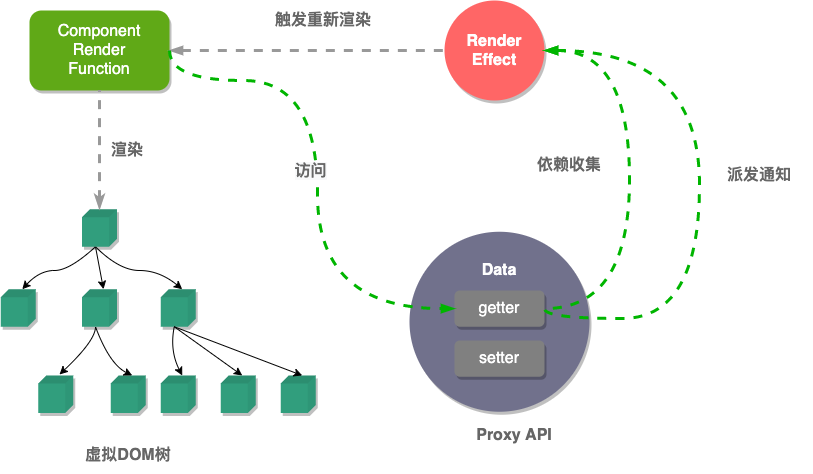
Above: src/assets/posts/vue3-source-reactivity/vue3-reactivity.png in artoriaschan/blog (draw.io), before the change. Source tidied: cells renumbered, new cells last; positions are measured from the earlier drawing's top-left corner, leaving out a move shared by most shapes. Source of this version:
```xml
<mxGraphModel>
  <root>
    <mxCell id="0" />
    <mxCell id="1" parent="0" />
    <mxCell id="2" value="&lt;span style=&quot;font-size: 16px&quot;&gt;Component&lt;br&gt;Render&lt;br&gt;Function&lt;br&gt;&lt;/span&gt;" style="rounded=1;whiteSpace=wrap;html=1;glass=0;shadow=1;fillColor=#60a917;fontColor=#ffffff;strokeColor=none;" parent="1" vertex="1">
      <mxGeometry x="30" y="10" width="140" height="80" as="geometry" />
    </mxCell>
    <mxCell id="3" style="shape=cube;whiteSpace=wrap;html=1;boundedLbl=1;backgroundOutline=1;darkOpacity=0.05;darkOpacity2=0.1;rotation=90;size=8;shadow=1;sketch=0;fillColor=#319E7D;strokeColor=none;" parent="1" vertex="1">
      <mxGeometry y="290" width="37.5" height="35" as="geometry" />
    </mxCell>
    <mxCell id="4" style="shape=cube;whiteSpace=wrap;html=1;boundedLbl=1;backgroundOutline=1;darkOpacity=0.05;darkOpacity2=0.1;rotation=90;size=8;shadow=1;sketch=0;fillColor=#319E7D;strokeColor=none;" parent="1" vertex="1">
      <mxGeometry x="81.2" y="210" width="37.5" height="35" as="geometry" />
    </mxCell>
    <mxCell id="5" style="shape=cube;whiteSpace=wrap;html=1;boundedLbl=1;backgroundOutline=1;darkOpacity=0.05;darkOpacity2=0.1;rotation=90;size=8;shadow=1;sketch=0;fillColor=#319E7D;strokeColor=none;" parent="1" vertex="1">
      <mxGeometry x="81.2" y="290" width="37.5" height="35" as="geometry" />
    </mxCell>
    <mxCell id="6" style="shape=cube;whiteSpace=wrap;html=1;boundedLbl=1;backgroundOutline=1;darkOpacity=0.05;darkOpacity2=0.1;rotation=90;size=8;shadow=1;sketch=0;fillColor=#319E7D;strokeColor=none;" parent="1" vertex="1">
      <mxGeometry x="160" y="290" width="37.5" height="35" as="geometry" />
    </mxCell>
    <mxCell id="7" style="shape=cube;whiteSpace=wrap;html=1;boundedLbl=1;backgroundOutline=1;darkOpacity=0.05;darkOpacity2=0.1;rotation=90;size=8;shadow=1;sketch=0;fillColor=#319E7D;strokeColor=none;" parent="1" vertex="1">
      <mxGeometry x="37.5" y="376.2" width="37.5" height="35" as="geometry" />
    </mxCell>
    <mxCell id="8" style="shape=cube;whiteSpace=wrap;html=1;boundedLbl=1;backgroundOutline=1;darkOpacity=0.05;darkOpacity2=0.1;rotation=90;size=8;shadow=1;sketch=0;fillColor=#319E7D;strokeColor=none;" parent="1" vertex="1">
      <mxGeometry x="110" y="376.2" width="37.5" height="35" as="geometry" />
    </mxCell>
    <mxCell id="9" style="shape=cube;whiteSpace=wrap;html=1;boundedLbl=1;backgroundOutline=1;darkOpacity=0.05;darkOpacity2=0.1;rotation=90;size=8;shadow=1;sketch=0;fillColor=#319E7D;strokeColor=none;" parent="1" vertex="1">
      <mxGeometry x="160" y="376.2" width="37.5" height="35" as="geometry" />
    </mxCell>
    <mxCell id="10" style="shape=cube;whiteSpace=wrap;html=1;boundedLbl=1;backgroundOutline=1;darkOpacity=0.05;darkOpacity2=0.1;rotation=90;size=8;shadow=1;sketch=0;fillColor=#319E7D;strokeColor=none;" parent="1" vertex="1">
      <mxGeometry x="220" y="376.2" width="37.5" height="35" as="geometry" />
    </mxCell>
    <mxCell id="11" style="shape=cube;whiteSpace=wrap;html=1;boundedLbl=1;backgroundOutline=1;darkOpacity=0.05;darkOpacity2=0.1;rotation=90;size=8;shadow=1;sketch=0;fillColor=#319E7D;strokeColor=none;" parent="1" vertex="1">
      <mxGeometry x="280" y="376.2" width="37.5" height="35" as="geometry" />
    </mxCell>
    <mxCell id="12" style="curved=1;endArrow=classic;html=1;entryX=0;entryY=0;entryDx=0;entryDy=13.5;entryPerimeter=0;exitX=0;exitY=0;exitDx=37.5;exitDy=21.5;exitPerimeter=0;" parent="1" edge="1" source="4" target="3">
      <mxGeometry relative="1" as="geometry">
        <Array as="points">
          <mxPoint x="70" y="270" />
          <mxPoint x="40" y="270" />
        </Array>
      </mxGeometry>
    </mxCell>
    <mxCell id="13" style="curved=1;endArrow=classic;html=1;exitX=0;exitY=0;exitDx=37.5;exitDy=21.5;exitPerimeter=0;entryX=0;entryY=0;entryDx=0;entryDy=13.5;entryPerimeter=0;" parent="1" edge="1" source="4" target="5">
      <mxGeometry relative="1" as="geometry" />
    </mxCell>
    <mxCell id="14" style="curved=1;endArrow=classic;html=1;exitX=0;exitY=0;exitDx=37.5;exitDy=21.5;exitPerimeter=0;entryX=0;entryY=0;entryDx=0;entryDy=13.5;entryPerimeter=0;" parent="1" edge="1" source="4" target="6">
      <mxGeometry relative="1" as="geometry">
        <Array as="points">
          <mxPoint x="120" y="270" />
          <mxPoint x="160" y="270" />
        </Array>
      </mxGeometry>
    </mxCell>
    <mxCell id="15" style="curved=1;endArrow=classic;html=1;exitX=0;exitY=0;exitDx=37.5;exitDy=21.5;exitPerimeter=0;" parent="1" edge="1" source="5">
      <mxGeometry relative="1" as="geometry">
        <mxPoint x="60" y="374" as="targetPoint" />
        <Array as="points">
          <mxPoint x="96" y="340" />
        </Array>
      </mxGeometry>
    </mxCell>
    <mxCell id="16" style="curved=1;endArrow=classic;html=1;exitX=0;exitY=0;exitDx=37.5;exitDy=21.5;exitPerimeter=0;entryX=0;entryY=0;entryDx=0;entryDy=13.5;entryPerimeter=0;" parent="1" edge="1" source="6" target="9">
      <mxGeometry relative="1" as="geometry">
        <Array as="points">
          <mxPoint x="170" y="350" />
        </Array>
      </mxGeometry>
    </mxCell>
    <mxCell id="17" style="curved=1;endArrow=classic;html=1;exitX=0;exitY=0;exitDx=37.5;exitDy=21.5;exitPerimeter=0;entryX=0;entryY=0;entryDx=0;entryDy=13.5;entryPerimeter=0;" parent="1" edge="1" source="6" target="10">
      <mxGeometry relative="1" as="geometry" />
    </mxCell>
    <mxCell id="18" style="curved=1;endArrow=classic;html=1;exitX=0;exitY=0;exitDx=37.5;exitDy=21.5;exitPerimeter=0;entryX=0;entryY=0;entryDx=0;entryDy=13.5;entryPerimeter=0;" parent="1" edge="1" source="6" target="11">
      <mxGeometry relative="1" as="geometry" />
    </mxCell>
    <mxCell id="19" style="curved=1;endArrow=classic;html=1;exitX=0;exitY=0;exitDx=37.5;exitDy=21.5;exitPerimeter=0;entryX=0;entryY=0;entryDx=0;entryDy=13.5;entryPerimeter=0;" parent="1" edge="1" source="5" target="8">
      <mxGeometry relative="1" as="geometry">
        <Array as="points">
          <mxPoint x="110" y="363.8" />
        </Array>
      </mxGeometry>
    </mxCell>
    <mxCell id="20" value="&lt;font color=&quot;#ffffff&quot;&gt;&lt;span style=&quot;font-size: 16px&quot;&gt;&lt;b&gt;Render&lt;br&gt;Effect&lt;br&gt;&lt;/b&gt;&lt;/span&gt;&lt;/font&gt;" style="ellipse;whiteSpace=wrap;html=1;shadow=1;sketch=0;fillColor=#FF6666;strokeColor=none;" parent="1" vertex="1">
      <mxGeometry x="445" width="100" height="100" as="geometry" />
    </mxCell>
    <mxCell id="21" style="ellipse;whiteSpace=wrap;html=1;shadow=1;glass=0;sketch=0;fillColor=#71718C;strokeColor=none;" parent="1" vertex="1">
      <mxGeometry x="410" y="231.2" width="180" height="180" as="geometry" />
    </mxCell>
    <mxCell id="22" value="&lt;font color=&quot;#ffffff&quot; style=&quot;font-size: 16px&quot;&gt;setter&lt;/font&gt;" style="rounded=1;whiteSpace=wrap;html=1;shadow=1;glass=0;sketch=0;fillColor=#808080;strokeColor=none;" parent="1" vertex="1">
      <mxGeometry x="455" y="340" width="90" height="36.2" as="geometry" />
    </mxCell>
    <mxCell id="23" value="&lt;font color=&quot;#ffffff&quot; style=&quot;font-size: 16px&quot;&gt;getter&lt;/font&gt;" style="rounded=1;whiteSpace=wrap;html=1;shadow=1;glass=0;sketch=0;fillColor=#808080;strokeColor=none;" parent="1" vertex="1">
      <mxGeometry x="455" y="290" width="90" height="36.2" as="geometry" />
    </mxCell>
    <mxCell id="24" value="&lt;font color=&quot;#ffffff&quot; size=&quot;1&quot;&gt;&lt;b style=&quot;font-size: 16px&quot;&gt;Data&lt;/b&gt;&lt;/font&gt;" style="text;html=1;strokeColor=none;fillColor=none;align=center;verticalAlign=middle;whiteSpace=wrap;rounded=0;shadow=1;glass=0;sketch=0;" parent="1" vertex="1">
      <mxGeometry x="480" y="260" width="40" height="20" as="geometry" />
    </mxCell>
    <mxCell id="25" style="endArrow=none;dashed=1;html=1;entryX=0.5;entryY=1;entryDx=0;entryDy=0;strokeWidth=3;strokeColor=#999999;startArrow=classicThin;startFill=1;" parent="1" edge="1" source="4" target="2">
      <mxGeometry relative="1" as="geometry" />
    </mxCell>
    <mxCell id="26" value="&lt;font color=&quot;#666666&quot;&gt;&lt;span style=&quot;font-size: 16px&quot;&gt;&lt;b&gt;渲染&lt;/b&gt;&lt;/span&gt;&lt;/font&gt;" style="text;html=1;strokeColor=none;fillColor=none;align=center;verticalAlign=middle;whiteSpace=wrap;rounded=0;shadow=1;glass=0;sketch=0;" parent="1" vertex="1">
      <mxGeometry x="107.5" y="140" width="40" height="20" as="geometry" />
    </mxCell>
    <mxCell id="27" style="endArrow=none;dashed=1;html=1;strokeColor=#999999;strokeWidth=3;entryX=0;entryY=0.5;entryDx=0;entryDy=0;exitX=1;exitY=0.5;exitDx=0;exitDy=0;startArrow=blockThin;startFill=1;" parent="1" edge="1" source="2" target="20">
      <mxGeometry relative="1" as="geometry" />
    </mxCell>
    <mxCell id="28" style="endArrow=blockThin;dashed=1;html=1;strokeWidth=3;entryX=0;entryY=0.5;entryDx=0;entryDy=0;edgeStyle=orthogonalEdgeStyle;curved=1;strokeColor=#00B500;startArrow=none;startFill=0;endFill=1;exitX=1;exitY=0.5;exitDx=0;exitDy=0;" parent="1" edge="1" source="2" target="23">
      <mxGeometry relative="1" as="geometry">
        <Array as="points">
          <mxPoint x="170" y="80" />
          <mxPoint x="318" y="80" />
          <mxPoint x="318" y="308" />
        </Array>
      </mxGeometry>
    </mxCell>
    <mxCell id="29" value="&lt;font color=&quot;#666666&quot;&gt;&lt;span style=&quot;font-size: 16px ; background-color: rgb(248 , 249 , 250)&quot;&gt;&lt;b&gt;访问&lt;/b&gt;&lt;/span&gt;&lt;/font&gt;" style="edgeLabel;html=1;align=center;verticalAlign=middle;" parent="28" vertex="1">
      <mxGeometry x="-0.22" y="-18" relative="1" as="geometry">
        <mxPoint x="10" y="57" as="offset" />
      </mxGeometry>
    </mxCell>
    <mxCell id="30" style="endArrow=none;dashed=1;html=1;strokeWidth=3;entryX=1;entryY=0.5;entryDx=0;entryDy=0;exitX=1;exitY=0.5;exitDx=0;exitDy=0;edgeStyle=orthogonalEdgeStyle;curved=1;startArrow=blockThin;startFill=1;fillColor=#60a917;strokeColor=#00B500;" parent="1" edge="1" source="20" target="23">
      <mxGeometry relative="1" as="geometry">
        <Array as="points">
          <mxPoint x="630" y="50" />
          <mxPoint x="630" y="308" />
        </Array>
      </mxGeometry>
    </mxCell>
    <mxCell id="31" value="&lt;font color=&quot;#666666&quot;&gt;&lt;span style=&quot;font-size: 16px&quot;&gt;&lt;b&gt;Proxy API&lt;/b&gt;&lt;/span&gt;&lt;/font&gt;" style="text;html=1;strokeColor=none;fillColor=none;align=center;verticalAlign=middle;whiteSpace=wrap;rounded=0;shadow=1;glass=0;sketch=0;" parent="1" vertex="1">
      <mxGeometry x="390" y="420" width="250" height="30" as="geometry" />
    </mxCell>
    <mxCell id="32" value="&lt;font color=&quot;#666666&quot;&gt;&lt;span style=&quot;font-size: 16px&quot;&gt;&lt;b&gt;虚拟DOM树&lt;/b&gt;&lt;/span&gt;&lt;/font&gt;" style="text;html=1;strokeColor=none;fillColor=none;align=center;verticalAlign=middle;whiteSpace=wrap;rounded=0;shadow=1;glass=0;sketch=0;" parent="1" vertex="1">
      <mxGeometry x="3.8" y="440" width="250" height="30" as="geometry" />
    </mxCell>
    <mxCell id="33" value="&lt;font style=&quot;font-size: 16px&quot; color=&quot;#666666&quot;&gt;&lt;b&gt;依赖收集&lt;/b&gt;&lt;/font&gt;" style="text;html=1;strokeColor=none;fillColor=none;align=center;verticalAlign=middle;whiteSpace=wrap;rounded=0;shadow=1;glass=0;sketch=0;" parent="1" vertex="1">
      <mxGeometry x="520" y="150" width="100" height="30" as="geometry" />
    </mxCell>
    <mxCell id="34" value="&lt;font color=&quot;#666666&quot;&gt;&lt;span style=&quot;font-size: 16px&quot;&gt;&lt;b&gt;派发通知&lt;/b&gt;&lt;/span&gt;&lt;/font&gt;" style="text;html=1;strokeColor=none;fillColor=none;align=center;verticalAlign=middle;whiteSpace=wrap;rounded=0;shadow=1;glass=0;sketch=0;" parent="1" vertex="1">
      <mxGeometry x="710" y="160" width="100" height="30" as="geometry" />
    </mxCell>
    <mxCell id="35" value="&lt;font style=&quot;font-size: 16px&quot; color=&quot;#666666&quot;&gt;&lt;b&gt;触发重新渲染&lt;/b&gt;&lt;/font&gt;" style="text;html=1;strokeColor=none;fillColor=none;align=center;verticalAlign=middle;whiteSpace=wrap;rounded=0;shadow=1;glass=0;sketch=0;" parent="1" vertex="1">
      <mxGeometry x="274" width="100" height="40" as="geometry" />
    </mxCell>
    <mxCell id="36" style="endArrow=none;dashed=1;html=1;strokeWidth=3;entryX=1;entryY=0.5;entryDx=0;entryDy=0;exitX=1;exitY=0.5;exitDx=0;exitDy=0;edgeStyle=orthogonalEdgeStyle;curved=1;startArrow=blockThin;startFill=1;fillColor=#60a917;strokeColor=#00B500;" parent="1" edge="1" source="20" target="23">
      <mxGeometry relative="1" as="geometry">
        <Array as="points">
          <mxPoint x="700" y="50" />
          <mxPoint x="700" y="318" />
          <mxPoint x="545" y="318" />
        </Array>
      </mxGeometry>
    </mxCell>
  </root>
</mxGraphModel>
```
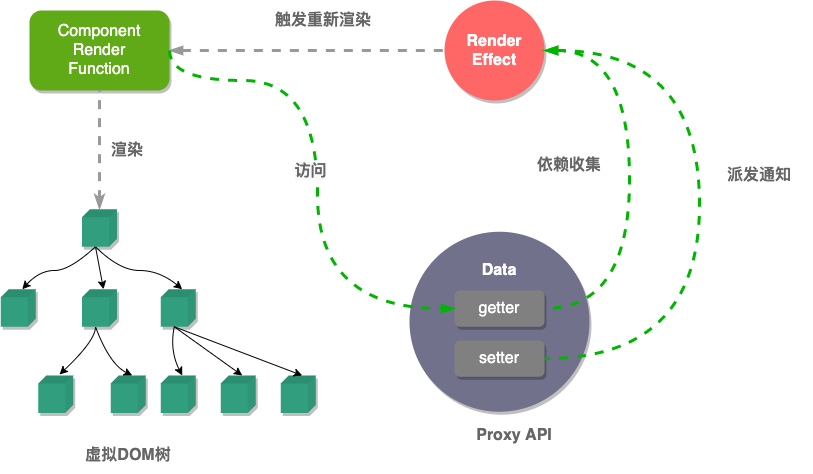
The same diagram one commit later.

Diff of the diagram source:
```diff
@@ -140,12 +140,11 @@
     <mxCell id="35" value="&lt;font style=&quot;font-size: 16px&quot; color=&quot;#666666&quot;&gt;&lt;b&gt;触发重新渲染&lt;/b&gt;&lt;/font&gt;" style="text;html=1;strokeColor=none;fillColor=none;align=center;verticalAlign=middle;whiteSpace=wrap;rounded=0;shadow=1;glass=0;sketch=0;" parent="1" vertex="1">
       <mxGeometry x="274" width="100" height="40" as="geometry" />
     </mxCell>
-    <mxCell id="36" style="endArrow=none;dashed=1;html=1;strokeWidth=3;entryX=1;entryY=0.5;entryDx=0;entryDy=0;exitX=1;exitY=0.5;exitDx=0;exitDy=0;edgeStyle=orthogonalEdgeStyle;curved=1;startArrow=blockThin;startFill=1;fillColor=#60a917;strokeColor=#00B500;" parent="1" edge="1" source="20" target="23">
+    <mxCell id="36" style="endArrow=none;dashed=1;html=1;strokeWidth=3;entryX=1;entryY=0.5;entryDx=0;entryDy=0;exitX=1;exitY=0.5;exitDx=0;exitDy=0;edgeStyle=orthogonalEdgeStyle;curved=1;startArrow=blockThin;startFill=1;fillColor=#60a917;strokeColor=#00B500;" parent="1" edge="1" source="20" target="22">
       <mxGeometry relative="1" as="geometry">
         <Array as="points">
           <mxPoint x="700" y="50" />
-          <mxPoint x="700" y="318" />
-          <mxPoint x="545" y="318" />
+          <mxPoint x="700" y="358" />
         </Array>
       </mxGeometry>
     </mxCell>
```
